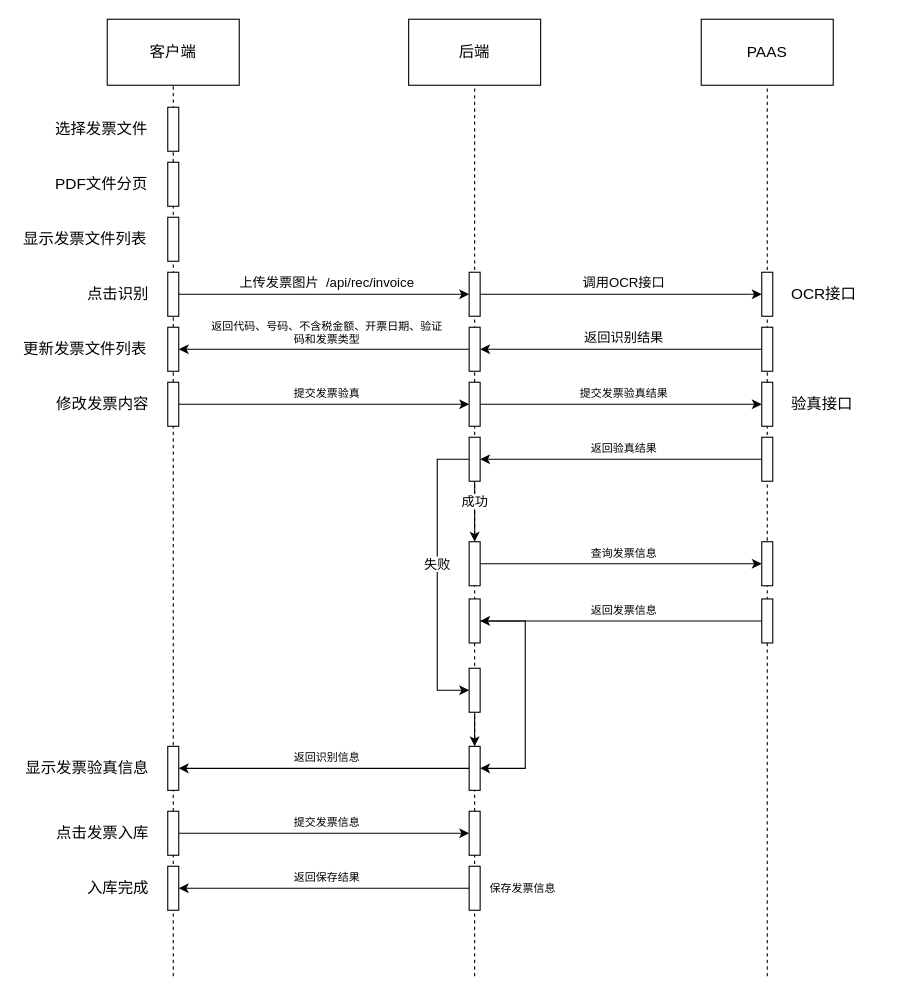
This is page "添加发票流程" (2 of 3) of InvoiceMgmt/发票管理流程.drawio from dengjianzhou/draw, a draw.io file, before an edit. Source tidied: cells renumbered, new cells numbered last; positions are measured from the earlier drawing's top-left corner, leaving out a move shared by most shapes. Both pictures are drawn from the tidied source at 110%, with x=0, y=0 at pixel (19, 19).
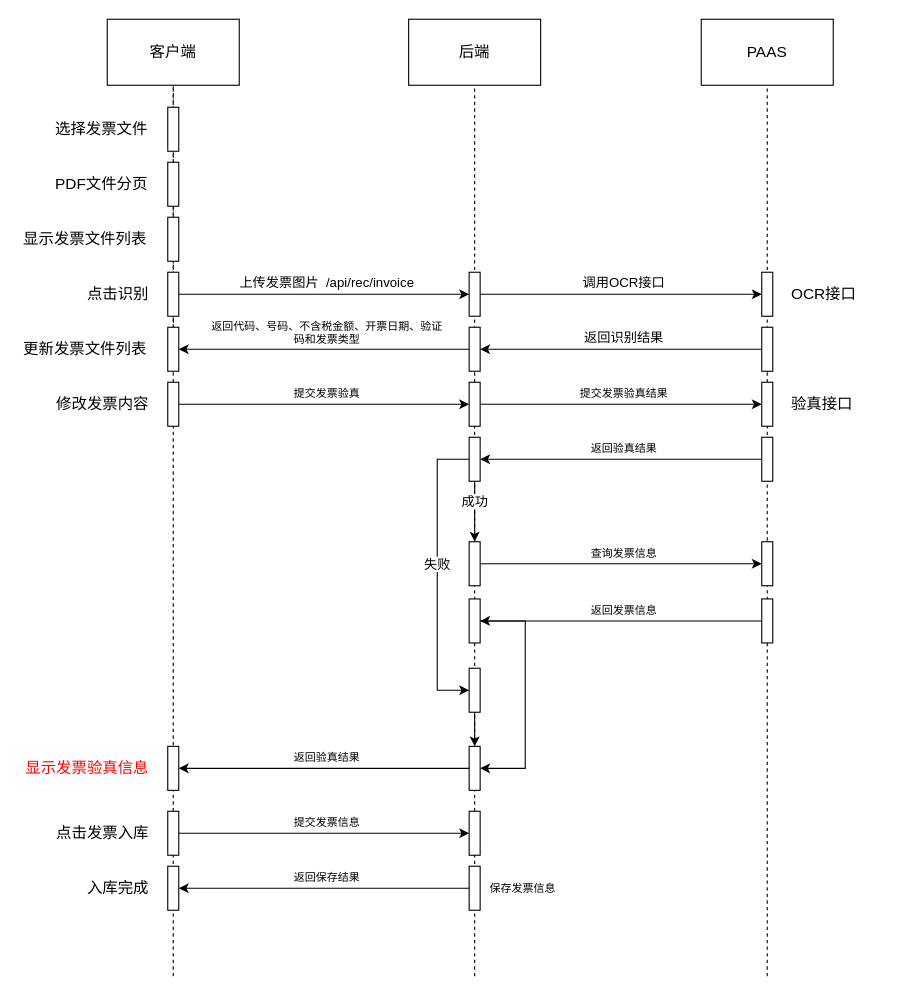
Above is the later version.

The change refers to these unchanged cells:
```xml
<mxCell id="5" value="客户端" style="rounded=0;whiteSpace=wrap;html=1;fontSize=14;" parent="1" vertex="1">
  <mxGeometry x="80" width="120" height="60" as="geometry" />
</mxCell>
<mxCell id="28" style="rounded=0;whiteSpace=wrap;html=1;fontSize=14;" parent="1" vertex="1">
  <mxGeometry x="135" y="280" width="10" height="40" as="geometry" />
</mxCell>
```

The edit, as a diff of the source:
```diff
@@
+    <mxCell id="29" style="endArrow=none;dashed=1;html=1;fontSize=14;entryX=0.5;entryY=1;entryDx=0;entryDy=0;verticalAlign=bottom;" parent="1" edge="1" target="5">
+      <mxGeometry relative="1" as="geometry">
+        <mxPoint x="140" y="870" as="sourcePoint" />
+      </mxGeometry>
+    </mxCell>
@@
-    <mxCell id="29" style="endArrow=none;dashed=1;html=1;fontSize=14;entryX=0.5;entryY=1;entryDx=0;entryDy=0;verticalAlign=bottom;" parent="1" edge="1" target="28">
-      <mxGeometry relative="1" as="geometry">
-        <mxPoint x="140" y="870" as="sourcePoint" />
-      </mxGeometry>
-    </mxCell>
@@
-    <mxCell id="61" value="返回识别信息" style="text;html=1;strokeColor=none;fillColor=none;align=center;verticalAlign=middle;whiteSpace=wrap;rounded=0;fontSize=10;" parent="1" vertex="1">
+    <mxCell id="61" value="返回验真结果" style="text;html=1;strokeColor=none;fillColor=none;align=center;verticalAlign=middle;whiteSpace=wrap;rounded=0;fontSize=10;" parent="1" vertex="1">
       <mxGeometry x="170" y="661" width="220" height="20" as="geometry" />
     </mxCell>
-    <mxCell id="62" value="显示发票验真信息" style="text;html=1;strokeColor=none;fillColor=none;align=right;verticalAlign=middle;whiteSpace=wrap;rounded=0;fontSize=14;" parent="1" vertex="1">
+    <mxCell id="62" value="显示发票验真信息" style="text;html=1;strokeColor=none;fillColor=none;align=right;verticalAlign=middle;whiteSpace=wrap;rounded=0;fontSize=14;fontColor=#FF0000;" parent="1" vertex="1">
       <mxGeometry y="671" width="120" height="20" as="geometry" />
     </mxCell>
```
